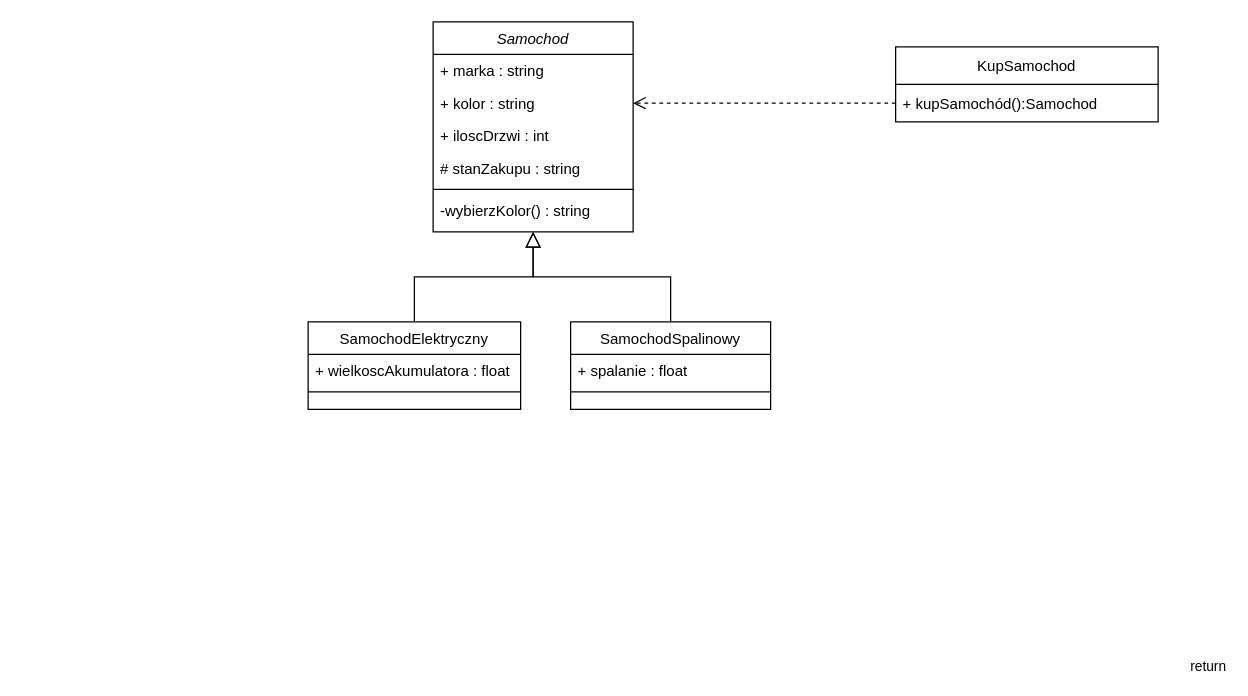
Earlier version of the draw.io diagram Diagram bez tytułu.drawio (Nowak20p/projektowanie-oprogramowan-). Source tidied: cells renumbered, new cells numbered last; positions are measured from the earlier drawing's top-left corner, leaving out a move shared by most shapes. Both pictures are drawn from the tidied source at 125%, with x=0, y=0 at pixel (308, 21).
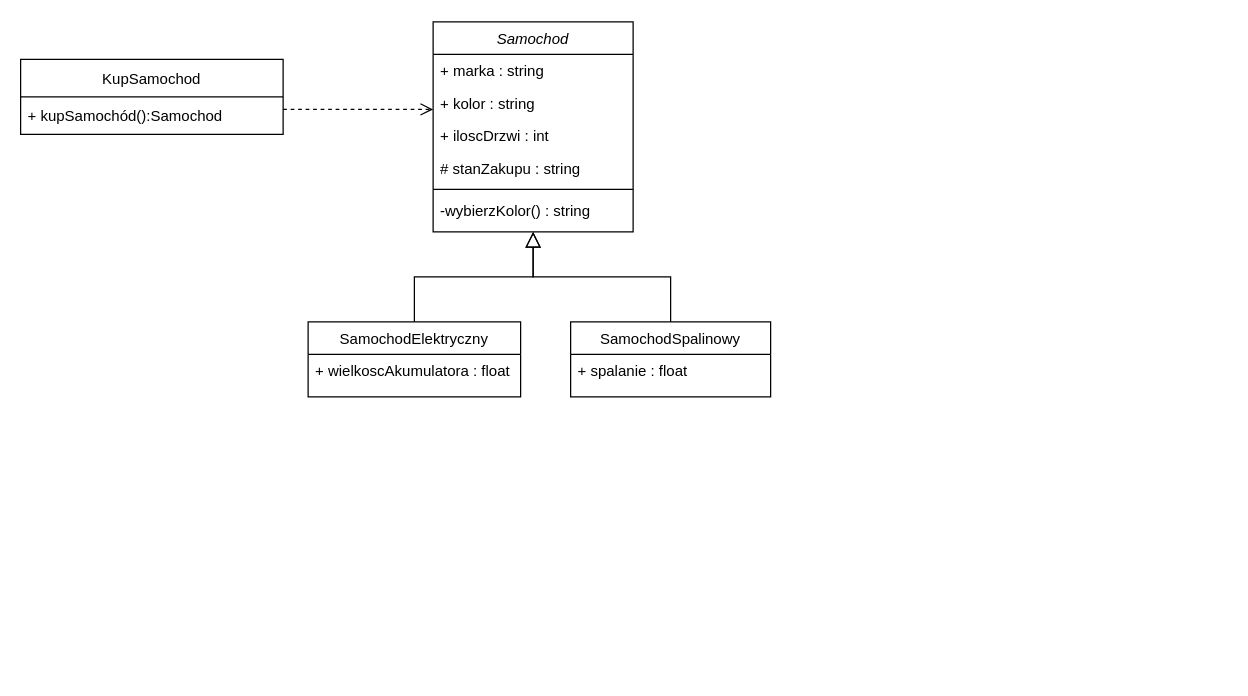
The same page after the edit.

Unchanged cells that the change refers to:
```xml
<mxCell id="4" value="+ kolor : string" style="text;align=left;verticalAlign=top;spacingLeft=4;spacingRight=4;overflow=hidden;points=[[0,0.5],[1,0.5]];portConstraint=eastwest;rounded=0;shadow=0;html=0;" parent="2" vertex="1">
  <mxGeometry y="52" width="160" height="26" as="geometry" />
</mxCell>
<mxCell id="18" value="+ kupSamochód():Samochod" style="text;strokeColor=none;fillColor=none;align=left;verticalAlign=middle;spacingLeft=4;spacingRight=4;overflow=hidden;points=[[0,0.5],[1,0.5]];portConstraint=eastwest;" parent="17" vertex="1">
  <mxGeometry y="30" width="210" height="30" as="geometry" />
</mxCell>
```

What changed in the source:
```diff
@@
     <mxCell id="9" value="SamochodElektryczny" style="swimlane;fontStyle=0;align=center;verticalAlign=top;horizontal=1;startSize=26;rounded=0;shadow=0;strokeWidth=1;" parent="1" vertex="1">
-      <mxGeometry y="240" width="170" height="70" as="geometry" />
+      <mxGeometry y="240" width="170" height="60" as="geometry" />
     </mxCell>
@@
-    <mxCell id="11" style="line;html=1;strokeWidth=1;align=left;verticalAlign=middle;spacingTop=-1;spacingLeft=3;spacingRight=3;labelPosition=right;" parent="9" vertex="1">
-      <mxGeometry y="52" width="170" height="8" as="geometry" />
-    </mxCell>
@@
     <mxCell id="13" value="SamochodSpalinowy" style="swimlane;fontStyle=0;align=center;verticalAlign=top;horizontal=1;startSize=26;rounded=0;shadow=0;strokeWidth=1;" parent="1" vertex="1">
-      <mxGeometry x="210" y="240" width="160" height="70" as="geometry" />
+      <mxGeometry x="210" y="240" width="160" height="60" as="geometry" />
     </mxCell>
@@
-    <mxCell id="15" style="line;html=1;strokeWidth=1;align=left;verticalAlign=middle;spacingTop=-1;spacingLeft=3;spacingRight=3;labelPosition=right;" parent="13" vertex="1">
-      <mxGeometry y="52" width="160" height="8" as="geometry" />
-    </mxCell>
@@
     <mxCell id="17" value="KupSamochod" style="swimlane;fontStyle=0;horizontal=1;startSize=30;" parent="1" vertex="1">
-      <mxGeometry x="470" y="20" width="210" height="60" as="geometry" />
+      <mxGeometry x="-230" y="30" width="210" height="60" as="geometry" />
     </mxCell>
@@
-    <mxCell id="19" value="return" style="html=1;verticalAlign=bottom;endArrow=open;dashed=1;endSize=8;rounded=0;entryX=1;entryY=0.5;entryDx=0;entryDy=0;exitX=0;exitY=0.5;exitDx=0;exitDy=0;" parent="1" edge="1" source="18" target="4">
-      <mxGeometry x="-1" y="524" relative="1" as="geometry">
-        <mxPoint x="250" y="-64" as="offset" />
+    <mxCell id="19" style="html=1;verticalAlign=bottom;endArrow=open;dashed=1;endSize=8;rounded=0;" parent="1" edge="1">
+      <mxGeometry relative="1" as="geometry">
+        <mxPoint x="-20" y="70" as="sourcePoint" />
+        <mxPoint x="100" y="70" as="targetPoint" />
       </mxGeometry>
     </mxCell>
```
